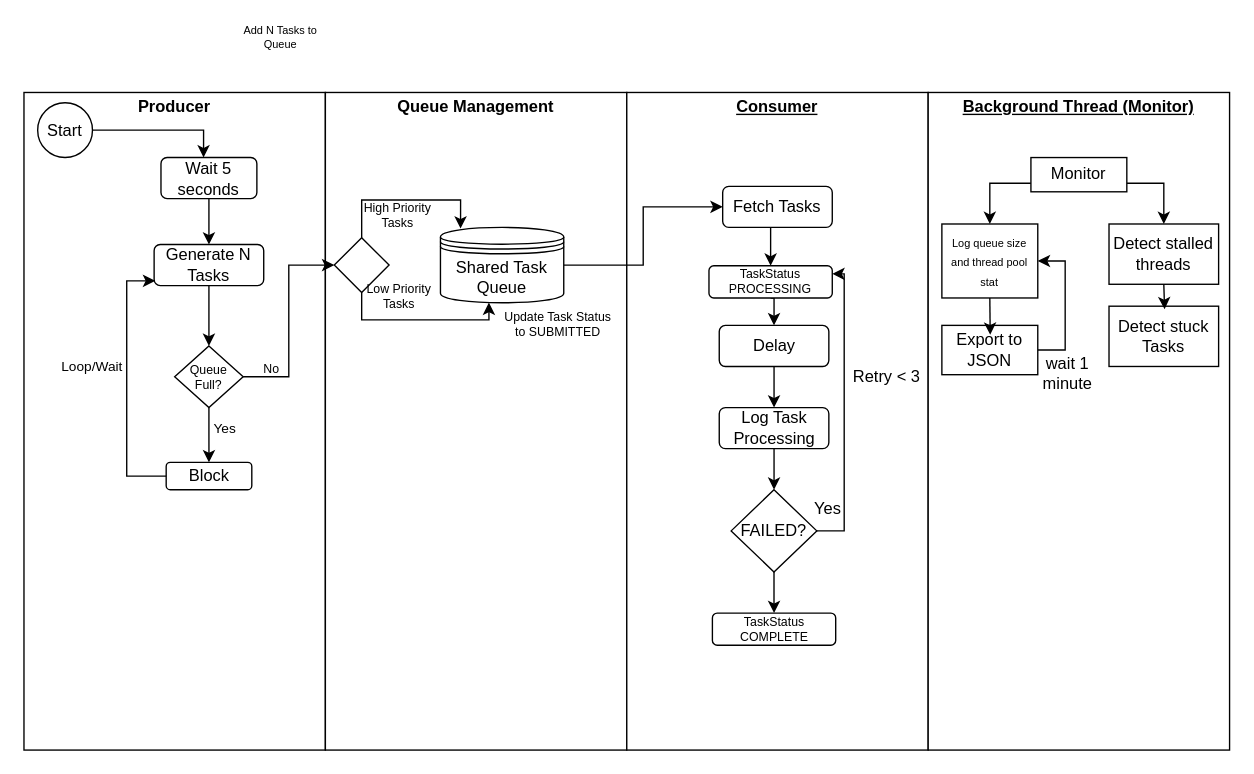
This is Task Dispatcher Activity Diagram.drawio from Bassell-Iddisah/ConcurQueue, a draw.io file, before an edit. Source tidied: cells renumbered, new cells numbered last; positions are measured from the earlier drawing's top-left corner, leaving out a move shared by most shapes. Both pictures are drawn from the tidied source at 137%, with x=0, y=0 at pixel (23, 23).
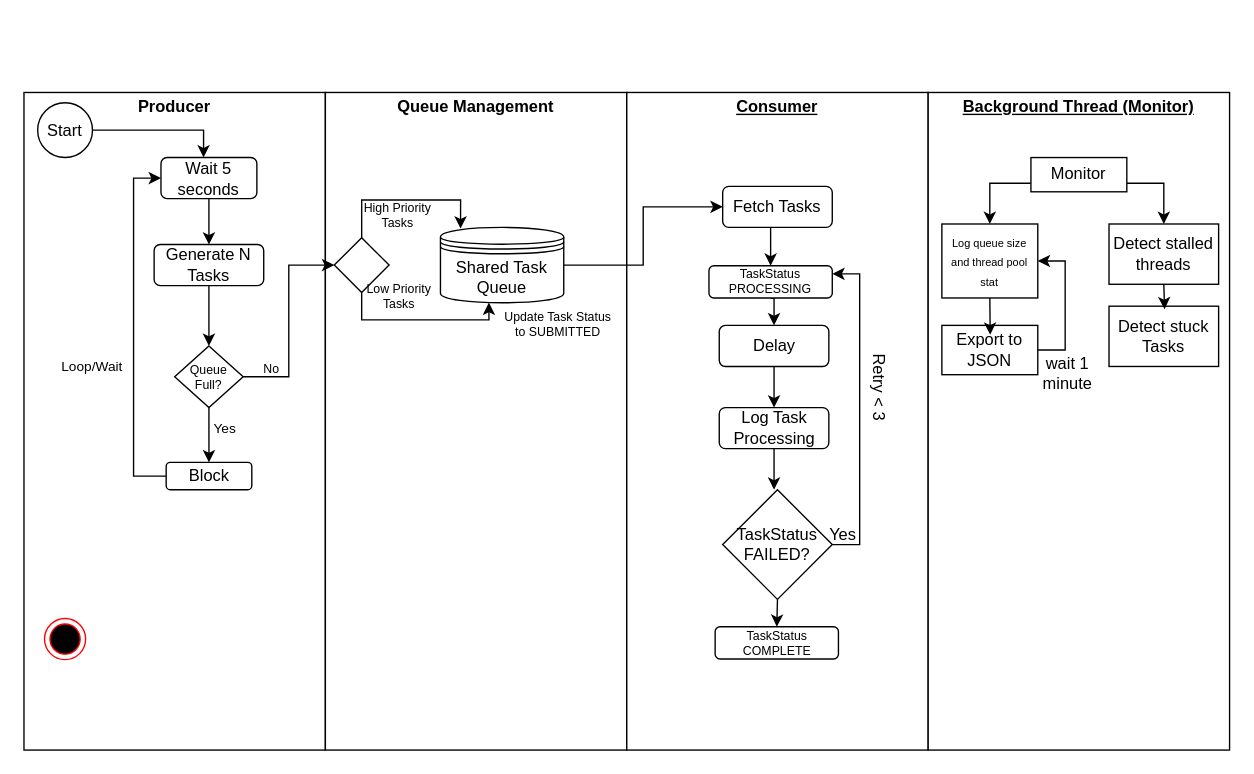
The same page after the edit.

The change refers to these unchanged cells:
```xml
<mxCell id="9" value="Generate N Tasks" style="rounded=1;whiteSpace=wrap;html=1;" parent="1" vertex="1">
  <mxGeometry x="95" y="161" width="80" height="30" as="geometry" />
</mxCell>
<mxCell id="30" value="Block" style="rounded=1;whiteSpace=wrap;html=1;" parent="1" vertex="1">
  <mxGeometry x="103.8" y="320" width="62.5" height="20" as="geometry" />
</mxCell>
<mxCell id="35" value="Wait 5 seconds" style="rounded=1;whiteSpace=wrap;html=1;" parent="1" vertex="1">
  <mxGeometry x="100" y="97.5" width="70" height="30" as="geometry" />
</mxCell>
```

Change to the diagram source:
```diff
@@
-    <mxCell id="12" value="Add N Tasks to Queue" style="text;html=1;align=center;verticalAlign=middle;whiteSpace=wrap;rounded=0;fontSize=8;" parent="1" vertex="1">
-      <mxGeometry x="155" width="65" height="20" as="geometry" />
-    </mxCell>
@@
-    <mxCell id="31" style="edgeStyle=orthogonalEdgeStyle;rounded=0;jettySize=auto;html=1;exitX=0;exitY=0.5;exitDx=0;exitDy=0;entryX=0.01;entryY=0.883;entryDx=0;entryDy=0;entryPerimeter=0;" parent="1" edge="1" source="30" target="9">
+    <mxCell id="31" style="edgeStyle=orthogonalEdgeStyle;rounded=0;jettySize=auto;html=1;exitX=0;exitY=0.5;exitDx=0;exitDy=0;entryX=0;entryY=0.5;entryDx=0;entryDy=0;" parent="1" edge="1" source="30" target="35">
       <mxGeometry relative="1" as="geometry" />
     </mxCell>
@@
-    <mxCell id="44" value="FAILED?" style="rhombus;whiteSpace=wrap;html=1;" parent="1" vertex="1">
-      <mxGeometry x="516.2" y="340" width="62.5" height="60" as="geometry" />
+    <mxCell id="44" value="&lt;div&gt;TaskStatus&lt;/div&gt;FAILED?" style="rhombus;whiteSpace=wrap;html=1;" parent="1" vertex="1">
+      <mxGeometry x="510" y="340" width="80" height="80" as="geometry" />
     </mxCell>
-    <mxCell id="45" value="Retry &amp;lt; 3" style="text;html=1;align=center;verticalAlign=middle;whiteSpace=wrap;rounded=0;" parent="1" vertex="1">
-      <mxGeometry x="600" y="242.5" width="60" height="30" as="geometry" />
+    <mxCell id="45" value="Retry &amp;lt; 3" style="text;html=1;align=center;verticalAlign=middle;whiteSpace=wrap;rounded=0;rotation=90;" parent="1" vertex="1">
+      <mxGeometry x="594.5" y="250" width="60" height="30" as="geometry" />
     </mxCell>
     <mxCell id="46" value="Yes" style="text;html=1;align=center;verticalAlign=middle;whiteSpace=wrap;rounded=0;" parent="1" vertex="1">
-      <mxGeometry x="557" y="339" width="60" height="30" as="geometry" />
+      <mxGeometry x="568" y="358" width="60" height="30" as="geometry" />
     </mxCell>
     <mxCell id="47" value="TaskStatus&lt;div&gt;&lt;span style=&quot;background-color: transparent; color: light-dark(rgb(0, 0, 0), rgb(255, 255, 255));&quot;&gt;COMPLETE&lt;/span&gt;&lt;/div&gt;" style="rounded=1;whiteSpace=wrap;html=1;fontSize=9;" parent="1" vertex="1">
-      <mxGeometry x="502.5" y="430" width="90" height="23.5" as="geometry" />
+      <mxGeometry x="504.5" y="440" width="90" height="23.5" as="geometry" />
     </mxCell>
@@
+    <mxCell id="54" style="ellipse;html=1;shape=endState;fillColor=#000000;strokeColor=#ff0000;" parent="1" vertex="1">
+      <mxGeometry x="15" y="434" width="30" height="30" as="geometry" />
+    </mxCell>
```
